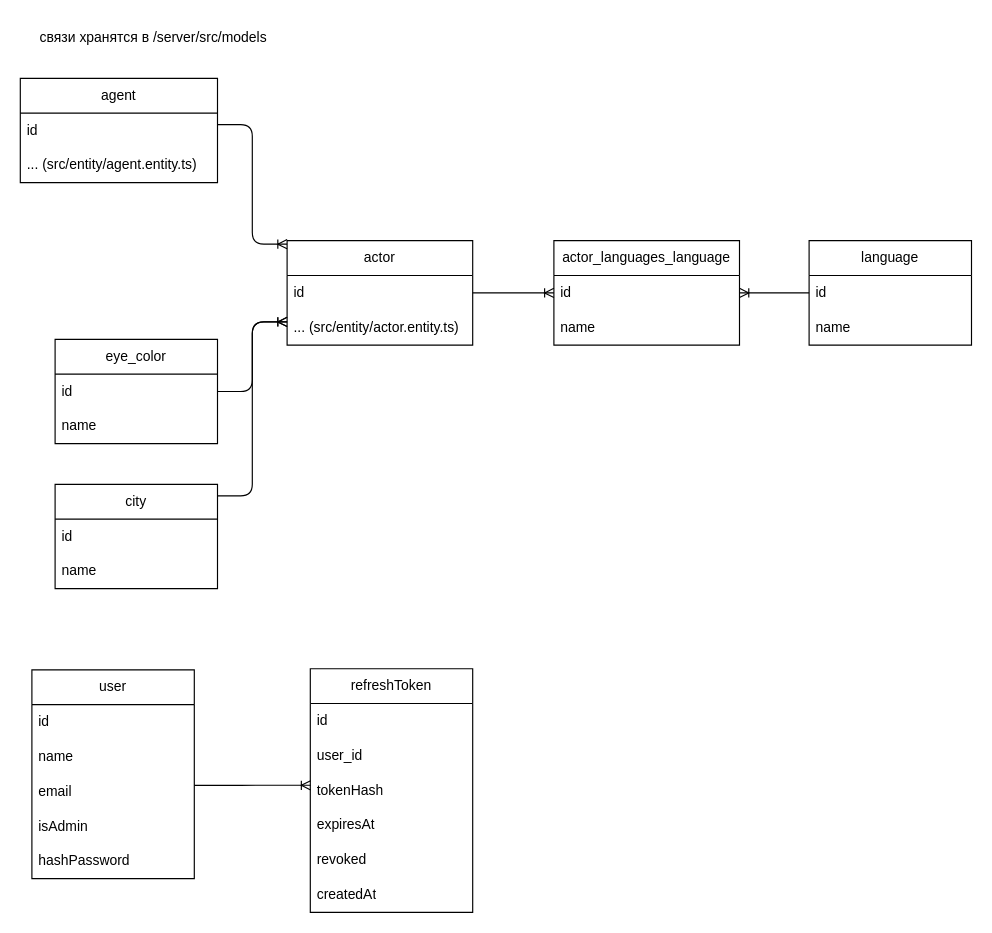
ossla/kc_agency keeps this draw.io diagram as server/docs/shcema.drawio. Above is the earlier version. Source tidied: cells renumbered, new cells numbered last; positions are measured from the earlier drawing's top-left corner, leaving out a move shared by most shapes. Both pictures are drawn from the tidied source at 116%, with x=0, y=0 at pixel (20, 20).
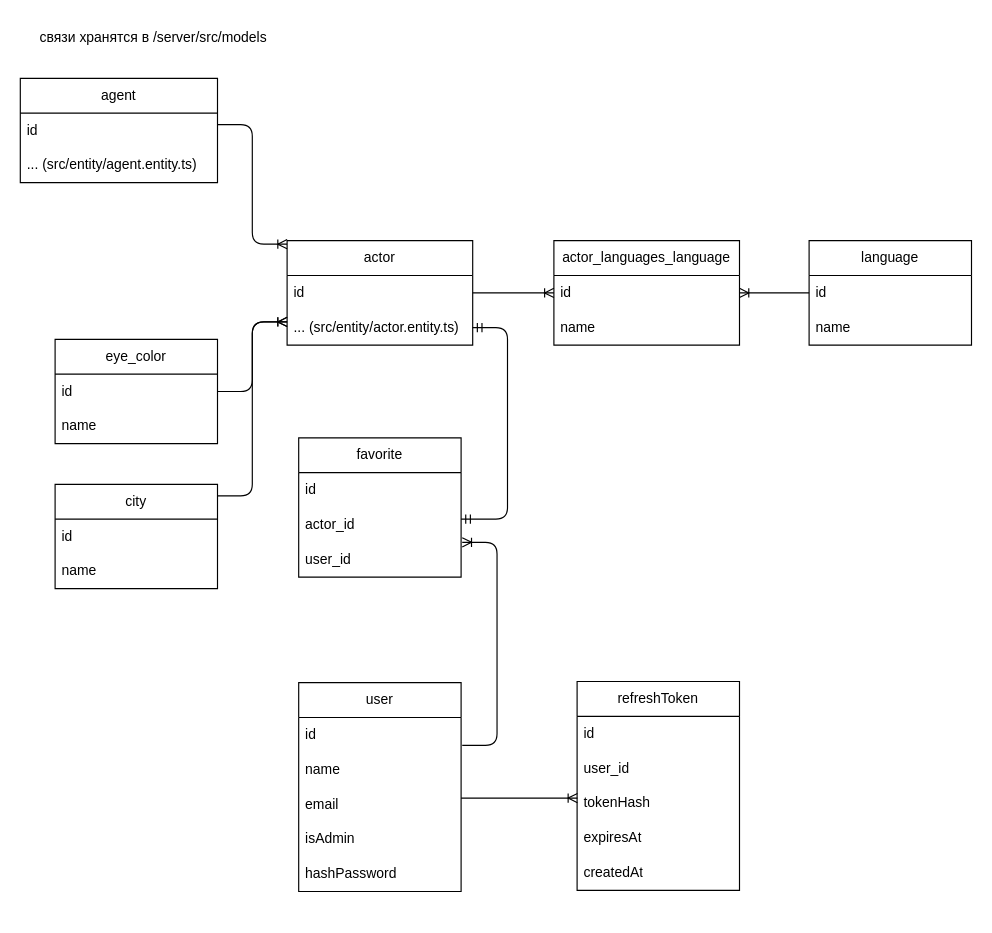
After the change.

Unchanged cells that the change refers to:
```xml
<mxCell id="4" value="... (src/entity/actor.entity.ts)" style="text;strokeColor=none;fillColor=none;align=left;verticalAlign=middle;spacingLeft=4;spacingRight=4;overflow=hidden;points=[[0,0.5],[1,0.5]];portConstraint=eastwest;whiteSpace=wrap;html=1;" parent="2" vertex="1">
  <mxGeometry y="60" width="160" height="30" as="geometry" />
</mxCell>
<mxCell id="27" value="id" style="text;strokeColor=none;fillColor=none;align=left;verticalAlign=middle;spacingLeft=4;spacingRight=4;overflow=hidden;points=[[0,0.5],[1,0.5]];portConstraint=eastwest;whiteSpace=wrap;html=1;" parent="26" vertex="1">
  <mxGeometry y="30" width="140" height="30" as="geometry" />
</mxCell>
<mxCell id="29" value="email" style="text;strokeColor=none;fillColor=none;align=left;verticalAlign=middle;spacingLeft=4;spacingRight=4;overflow=hidden;points=[[0,0.5],[1,0.5]];portConstraint=eastwest;whiteSpace=wrap;html=1;" parent="26" vertex="1">
  <mxGeometry y="90" width="140" height="30" as="geometry" />
</mxCell>
<mxCell id="36" value="tokenHash" style="text;strokeColor=none;fillColor=none;align=left;verticalAlign=middle;spacingLeft=4;spacingRight=4;overflow=hidden;points=[[0,0.5],[1,0.5]];portConstraint=eastwest;whiteSpace=wrap;html=1;" parent="33" vertex="1">
  <mxGeometry y="90" width="140" height="30" as="geometry" />
</mxCell>
```

Diff of the diagram source:
```diff
@@
     <mxCell id="26" value="user" style="swimlane;fontStyle=0;horizontal=1;startSize=30;whiteSpace=wrap;html=1;" parent="1" vertex="1">
-      <mxGeometry x="10" y="560" width="140" height="180" as="geometry" />
+      <mxGeometry x="240" y="571" width="140" height="180" as="geometry" />
     </mxCell>
@@
     <mxCell id="32" style="edgeStyle=entityRelationEdgeStyle;fontSize=12;html=1;endArrow=ERoneToMany;exitX=1;exitY=0.316;exitDx=0;exitDy=0;exitPerimeter=0;entryX=0.002;entryY=0.349;entryDx=0;entryDy=0;entryPerimeter=0;" parent="1" edge="1" source="29" target="36">
       <mxGeometry relative="1" as="geometry">
         <Array as="points">
-          <mxPoint x="220" y="660" />
+          <mxPoint x="450" y="671" />
         </Array>
       </mxGeometry>
     </mxCell>
     <mxCell id="33" value="refreshToken" style="swimlane;fontStyle=0;horizontal=1;startSize=30;whiteSpace=wrap;html=1;" parent="1" vertex="1">
-      <mxGeometry x="250" y="559" width="140" height="210" as="geometry" />
+      <mxGeometry x="480" y="570" width="140" height="180" as="geometry" />
     </mxCell>
@@
+    <mxCell id="39" value="createdAt" style="text;strokeColor=none;fillColor=none;align=left;verticalAlign=middle;spacingLeft=4;spacingRight=4;overflow=hidden;whiteSpace=wrap;html=1;" parent="33" vertex="1">
+      <mxGeometry y="150" width="140" height="30" as="geometry" />
+    </mxCell>
-    <mxCell id="38" value="revoked" style="text;strokeColor=none;fillColor=none;align=left;verticalAlign=middle;spacingLeft=4;spacingRight=4;overflow=hidden;whiteSpace=wrap;html=1;" parent="33" vertex="1">
-      <mxGeometry y="150" width="140" height="30" as="geometry" />
+    <mxCell id="38" value="favorite" style="swimlane;fontStyle=0;horizontal=1;startSize=30;whiteSpace=wrap;html=1;" parent="1" vertex="1">
+      <mxGeometry x="240" y="360" width="140" height="120" as="geometry" />
     </mxCell>
-    <mxCell id="39" value="createdAt" style="text;strokeColor=none;fillColor=none;align=left;verticalAlign=middle;spacingLeft=4;spacingRight=4;overflow=hidden;whiteSpace=wrap;html=1;" parent="33" vertex="1">
-      <mxGeometry y="180" width="140" height="30" as="geometry" />
-    </mxCell>
+    <mxCell id="40" value="id" style="text;strokeColor=none;fillColor=none;align=left;verticalAlign=middle;spacingLeft=4;spacingRight=4;overflow=hidden;whiteSpace=wrap;html=1;" parent="38" vertex="1">
+      <mxGeometry y="30" width="140" height="30" as="geometry" />
+    </mxCell>
+    <mxCell id="41" value="actor_id" style="text;strokeColor=none;fillColor=none;align=left;verticalAlign=middle;spacingLeft=4;spacingRight=4;overflow=hidden;whiteSpace=wrap;html=1;" parent="38" vertex="1">
+      <mxGeometry y="60" width="140" height="30" as="geometry" />
+    </mxCell>
+    <mxCell id="42" value="user_id" style="text;strokeColor=none;fillColor=none;align=left;verticalAlign=middle;spacingLeft=4;spacingRight=4;overflow=hidden;points=[[0,0.5],[1,0.5]];portConstraint=eastwest;whiteSpace=wrap;html=1;" parent="38" vertex="1">
+      <mxGeometry y="90" width="140" height="30" as="geometry" />
+    </mxCell>
+    <mxCell id="43" style="edgeStyle=entityRelationEdgeStyle;fontSize=12;html=1;endArrow=ERmandOne;startArrow=ERmandOne;" parent="1" edge="1" target="4">
+      <mxGeometry relative="1" as="geometry">
+        <mxPoint x="380" y="430" as="sourcePoint" />
+      </mxGeometry>
+    </mxCell>
+    <mxCell id="44" style="edgeStyle=entityRelationEdgeStyle;fontSize=12;html=1;endArrow=ERoneToMany;exitX=1.007;exitY=0.8;exitDx=0;exitDy=0;exitPerimeter=0;entryX=1.007;entryY=0;entryDx=0;entryDy=0;entryPerimeter=0;" parent="1" edge="1" source="27" target="42">
+      <mxGeometry relative="1" as="geometry">
+        <Array as="points">
+          <mxPoint x="330" y="531" />
+        </Array>
+      </mxGeometry>
+    </mxCell>
```
